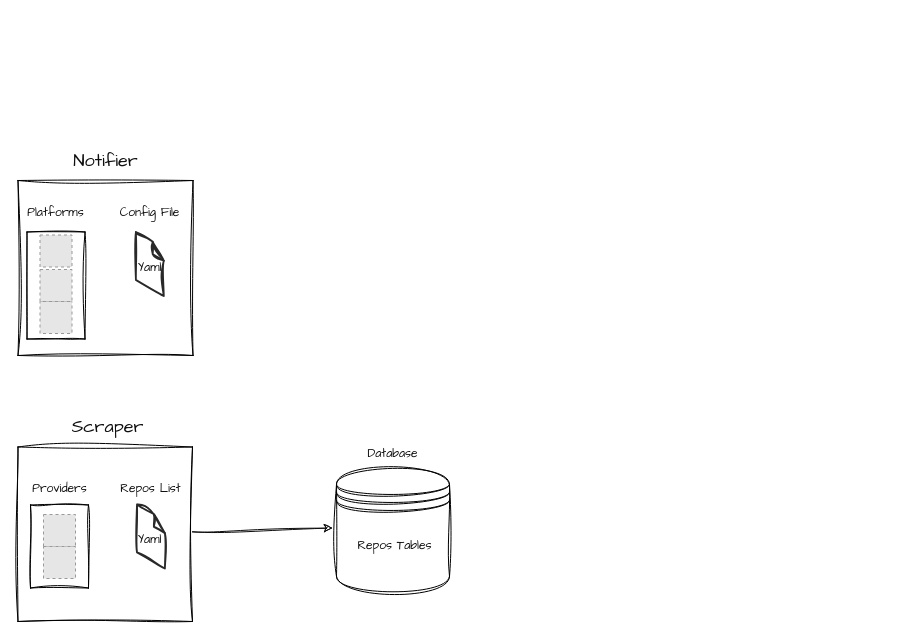
faresherhar/rnotify keeps this draw.io diagram as diagram/diagram.drawio. Above is the earlier version. Source tidied: cells renumbered, new cells numbered last; positions are measured from the earlier drawing's top-left corner, leaving out a move shared by most shapes. Both pictures are drawn from the tidied source at 100%, with x=0, y=0 at pixel (2, 148). Pictures stored in the file or linked from it are replaced by grey dashed boxes.
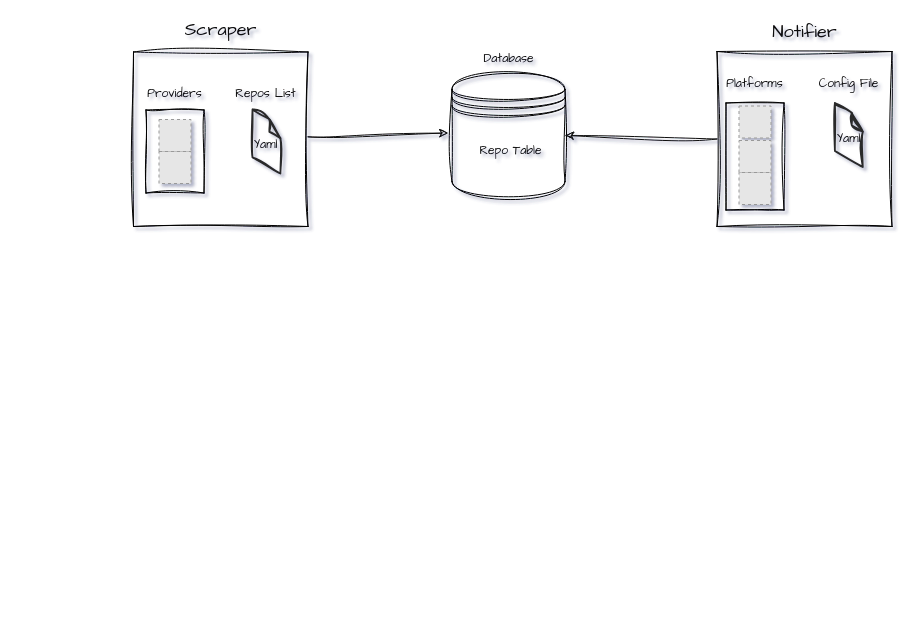
After the change.

The edit, as a diff of the source:
```diff
@@
-<mxGraphModel background="#ffffff">
+<mxGraphModel shadow="1">
@@
     <mxCell id="2" style="whiteSpace=wrap;html=1;sketch=1;hachureGap=4;jiggle=2;curveFitting=1;strokeColor=#000000;fontFamily=Architects Daughter;fontSize=12;fontColor=#100f0f;fillColor=none;" parent="1" vertex="1">
-      <mxGeometry x="15.5" y="298.5" width="174.5" height="174.5" as="geometry" />
+      <mxGeometry x="131" y="-96.5" width="174.5" height="174.5" as="geometry" />
     </mxCell>
     <mxCell id="3" style="whiteSpace=wrap;html=1;sketch=1;hachureGap=4;jiggle=2;curveFitting=1;strokeColor=#000000;fontFamily=Architects Daughter;fontSize=12;fontColor=#100f0f;fillColor=none;" parent="1" vertex="1">
-      <mxGeometry x="15.5" y="32" width="175" height="175" as="geometry" />
+      <mxGeometry x="714.5" y="-97" width="175" height="175" as="geometry" />
     </mxCell>
     <mxCell id="4" style="rounded=0;whiteSpace=wrap;html=1;sketch=1;hachureGap=4;jiggle=2;curveFitting=1;fontFamily=Architects Daughter;fontSize=20;fillColor=none;strokeColor=#000000;rotation=90;" parent="1" vertex="1">
-      <mxGeometry y="108" width="107" height="58" as="geometry" />
+      <mxGeometry x="699" y="-21" width="107" height="58" as="geometry" />
     </mxCell>
     <mxCell id="5" style="rounded=0;whiteSpace=wrap;html=1;sketch=1;hachureGap=4;jiggle=2;curveFitting=1;fontFamily=Architects Daughter;fontSize=20;fillColor=none;strokeColor=#000000;rotation=90;" parent="1" vertex="1">
-      <mxGeometry x="15.5" y="369" width="83" height="58" as="geometry" />
+      <mxGeometry x="131" y="-26" width="83" height="58" as="geometry" />
     </mxCell>
     <mxCell id="6" style="fillColor=#E6E6E6;strokeColor=#999999;dashed=1;verticalLabelPosition=bottom;labelBackgroundColor=default;verticalAlign=top;" parent="1" vertex="1">
-      <mxGeometry x="41" y="366" width="32" height="32" as="geometry" />
+      <mxGeometry x="156.5" y="-29" width="32" height="32" as="geometry" />
     </mxCell>
     <mxCell id="7" style="fillColor=#E6E6E6;strokeColor=#999999;dashed=1;verticalLabelPosition=bottom;labelBackgroundColor=default;verticalAlign=top;" parent="1" vertex="1">
-      <mxGeometry x="41" y="398" width="32" height="32" as="geometry" />
+      <mxGeometry x="156.5" y="3" width="32" height="32" as="geometry" />
     </mxCell>
     <mxCell id="8" value="&lt;font color=&quot;#100f0f&quot; style=&quot;font-size: 12px;&quot;&gt;Providers&lt;/font&gt;" style="text;html=1;strokeColor=none;fillColor=none;align=center;verticalAlign=middle;whiteSpace=wrap;rounded=0;sketch=1;hachureGap=4;jiggle=2;curveFitting=1;fontFamily=Architects Daughter;fontSize=12;" parent="1" vertex="1">
-      <mxGeometry x="28.8" y="329" width="56.5" height="23" as="geometry" />
+      <mxGeometry x="144.2" y="-66" width="56.5" height="23" as="geometry" />
     </mxCell>
     <mxCell id="9" value="&lt;font color=&quot;#100f0f&quot; style=&quot;font-size: 12px;&quot;&gt;Database&lt;/font&gt;" style="text;html=1;strokeColor=none;fillColor=none;align=center;verticalAlign=middle;whiteSpace=wrap;rounded=0;sketch=1;hachureGap=4;jiggle=2;curveFitting=1;fontFamily=Architects Daughter;fontSize=12;" parent="1" vertex="1">
-      <mxGeometry x="362.2" y="294" width="56.5" height="23" as="geometry" />
+      <mxGeometry x="477.8" y="-101" width="56.5" height="23" as="geometry" />
     </mxCell>
     <mxCell id="10" style="verticalLabelPosition=bottom;html=1;verticalAlign=top;strokeWidth=1;align=center;dashed=0;shape=mxgraph.aws3d.file;strokeColor=#292929;sketch=1;hachureGap=4;jiggle=2;curveFitting=1;fontFamily=Architects Daughter;fontSize=12;fontColor=#100f0f;fillColor=none;" parent="1" vertex="1">
-      <mxGeometry x="134.5" y="356" width="27.9" height="64" as="geometry" />
+      <mxGeometry x="250" y="-39" width="27.9" height="64" as="geometry" />
     </mxCell>
     <mxCell id="11" value="&lt;font color=&quot;#100f0f&quot; style=&quot;font-size: 12px;&quot;&gt;Yaml&lt;/font&gt;" style="text;html=1;strokeColor=none;fillColor=none;align=center;verticalAlign=middle;whiteSpace=wrap;rounded=0;sketch=1;hachureGap=4;jiggle=2;curveFitting=1;fontFamily=Architects Daughter;fontSize=12;" parent="1" vertex="1">
-      <mxGeometry x="133.4" y="380" width="29" height="23" as="geometry" />
+      <mxGeometry x="248.9" y="-15" width="29" height="23" as="geometry" />
     </mxCell>
     <mxCell id="12" value="&lt;font color=&quot;#100f0f&quot; style=&quot;font-size: 12px;&quot;&gt;Repos List&lt;/font&gt;" style="text;html=1;strokeColor=none;fillColor=none;align=center;verticalAlign=middle;whiteSpace=wrap;rounded=0;sketch=1;hachureGap=4;jiggle=2;curveFitting=1;fontFamily=Architects Daughter;fontSize=12;" parent="1" vertex="1">
-      <mxGeometry x="114.5" y="329" width="66.8" height="23" as="geometry" />
+      <mxGeometry x="230" y="-66" width="66.8" height="23" as="geometry" />
     </mxCell>
     <mxCell id="13" value="&lt;font color=&quot;#100f0f&quot; style=&quot;font-size: 18px;&quot;&gt;Scraper&lt;/font&gt;" style="text;html=1;strokeColor=none;fillColor=none;align=center;verticalAlign=middle;whiteSpace=wrap;rounded=0;sketch=1;hachureGap=4;jiggle=2;curveFitting=1;fontFamily=Architects Daughter;fontSize=12;" parent="1" vertex="1">
-      <mxGeometry x="76.9" y="266" width="56.5" height="23" as="geometry" />
+      <mxGeometry x="190" y="-131" width="56.5" height="23" as="geometry" />
     </mxCell>
     <mxCell id="14" value="&lt;font color=&quot;#100f0f&quot; style=&quot;font-size: 12px;&quot;&gt;Platforms&lt;br&gt;&lt;/font&gt;" style="text;html=1;strokeColor=none;fillColor=none;align=center;verticalAlign=middle;whiteSpace=wrap;rounded=0;sketch=1;hachureGap=4;jiggle=2;curveFitting=1;fontFamily=Architects Daughter;fontSize=12;" parent="1" vertex="1">
-      <mxGeometry x="25.2" y="53" width="56.5" height="23" as="geometry" />
+      <mxGeometry x="724.2" y="-76" width="56.5" height="23" as="geometry" />
     </mxCell>
     <mxCell id="15" style="verticalLabelPosition=bottom;html=1;verticalAlign=top;strokeWidth=1;align=center;dashed=0;shape=mxgraph.aws3d.file;strokeColor=#292929;sketch=1;hachureGap=4;jiggle=2;curveFitting=1;fontFamily=Architects Daughter;fontSize=12;fontColor=#100f0f;fillColor=none;" parent="1" vertex="1">
-      <mxGeometry x="133.4" y="83.5" width="27.9" height="64" as="geometry" />
+      <mxGeometry x="832.4" y="-45.5" width="27.9" height="64" as="geometry" />
     </mxCell>
     <mxCell id="16" value="&lt;font color=&quot;#100f0f&quot; style=&quot;font-size: 12px;&quot;&gt;Yaml&lt;/font&gt;" style="text;html=1;strokeColor=none;fillColor=none;align=center;verticalAlign=middle;whiteSpace=wrap;rounded=0;sketch=1;hachureGap=4;jiggle=2;curveFitting=1;fontFamily=Architects Daughter;fontSize=12;" parent="1" vertex="1">
-      <mxGeometry x="133.4" y="108" width="29" height="23" as="geometry" />
+      <mxGeometry x="832.4" y="-21" width="29" height="23" as="geometry" />
     </mxCell>
     <mxCell id="17" value="&lt;font color=&quot;#100f0f&quot; style=&quot;font-size: 12px;&quot;&gt;Config File&lt;/font&gt;" style="text;html=1;strokeColor=none;fillColor=none;align=center;verticalAlign=middle;whiteSpace=wrap;rounded=0;sketch=1;hachureGap=4;jiggle=2;curveFitting=1;fontFamily=Architects Daughter;fontSize=12;" parent="1" vertex="1">
-      <mxGeometry x="114" y="53" width="66.8" height="23" as="geometry" />
+      <mxGeometry x="813" y="-76" width="66.8" height="23" as="geometry" />
     </mxCell>
     <mxCell id="18" value="&lt;font color=&quot;#100f0f&quot; style=&quot;font-size: 18px;&quot;&gt;Notifier&lt;/font&gt;" style="text;html=1;strokeColor=none;fillColor=none;align=center;verticalAlign=middle;whiteSpace=wrap;rounded=0;sketch=1;hachureGap=4;jiggle=2;curveFitting=1;fontFamily=Architects Daughter;fontSize=12;" parent="1" vertex="1">
-      <mxGeometry x="74.8" width="56.5" height="23" as="geometry" />
+      <mxGeometry x="773.8" y="-129" width="56.5" height="23" as="geometry" />
     </mxCell>
     <mxCell id="19" style="endArrow=classic;html=1;sketch=1;hachureGap=4;jiggle=2;curveFitting=1;fontFamily=Architects Daughter;fontSize=12;fontColor=#100f0f;entryX=0;entryY=0.5;entryDx=0;entryDy=0;strokeColor=#0d0c0c;" parent="1" edge="1" source="2">
       <mxGeometry relative="1" as="geometry">
-        <mxPoint x="330" y="379.5" as="targetPoint" />
+        <mxPoint x="445.5" y="-15.5" as="targetPoint" />
       </mxGeometry>
     </mxCell>
     <mxCell id="20" style="fillColor=#E6E6E6;strokeColor=#999999;dashed=1;verticalLabelPosition=bottom;labelBackgroundColor=default;verticalAlign=top;" parent="1" vertex="1">
-      <mxGeometry x="37.5" y="86.5" width="32" height="32" as="geometry" />
+      <mxGeometry x="736.5" y="-42.5" width="32" height="32" as="geometry" />
     </mxCell>
     <mxCell id="21" style="fillColor=#E6E6E6;strokeColor=#999999;dashed=1;verticalLabelPosition=bottom;labelBackgroundColor=default;verticalAlign=top;" parent="1" vertex="1">
-      <mxGeometry x="37.5" y="153" width="32" height="32" as="geometry" />
+      <mxGeometry x="736.5" y="24" width="32" height="32" as="geometry" />
     </mxCell>
     <mxCell id="22" style="fillColor=#E6E6E6;strokeColor=#999999;dashed=1;verticalLabelPosition=bottom;labelBackgroundColor=default;verticalAlign=top;" parent="1" vertex="1">
-      <mxGeometry x="37.5" y="121" width="32" height="32" as="geometry" />
+      <mxGeometry x="736.5" y="-8" width="32" height="32" as="geometry" />
     </mxCell>
     <mxCell id="23" style="shape=datastore;whiteSpace=wrap;html=1;sketch=1;hachureGap=4;jiggle=2;curveFitting=1;fontFamily=Architects Daughter;fontSize=20;strokeColor=#000000;fillColor=none;" parent="1" vertex="1">
-      <mxGeometry x="334" y="320" width="113" height="124" as="geometry" />
+      <mxGeometry x="449.5" y="-75" width="113" height="124" as="geometry" />
     </mxCell>
-    <mxCell id="24" value="&lt;font color=&quot;#100f0f&quot; style=&quot;font-size: 12px;&quot;&gt;Repos Tables&lt;/font&gt;" style="text;html=1;strokeColor=none;fillColor=none;align=center;verticalAlign=middle;whiteSpace=wrap;rounded=0;sketch=1;hachureGap=4;jiggle=2;curveFitting=1;fontFamily=Architects Daughter;fontSize=12;" parent="1" vertex="1">
-      <mxGeometry x="350" y="386.5" width="85" height="23" as="geometry" />
+    <mxCell id="24" value="&lt;font color=&quot;#100f0f&quot; style=&quot;font-size: 12px;&quot;&gt;Repo Table&lt;/font&gt;" style="text;html=1;strokeColor=none;fillColor=none;align=center;verticalAlign=middle;whiteSpace=wrap;rounded=0;sketch=1;hachureGap=4;jiggle=2;curveFitting=1;fontFamily=Architects Daughter;fontSize=12;" parent="1" vertex="1">
+      <mxGeometry x="465.5" y="-8.5" width="85" height="23" as="geometry" />
     </mxCell>
+    <mxCell id="25" style="endArrow=classic;html=1;sketch=1;hachureGap=4;jiggle=2;curveFitting=1;fontFamily=Architects Daughter;fontSize=12;fontColor=#100f0f;entryX=1;entryY=0.5;entryDx=0;entryDy=0;strokeColor=#0d0c0c;exitX=0;exitY=0.5;exitDx=0;exitDy=0;" parent="1" edge="1" source="3" target="23">
+      <mxGeometry relative="1" as="geometry" />
+    </mxCell>
```
